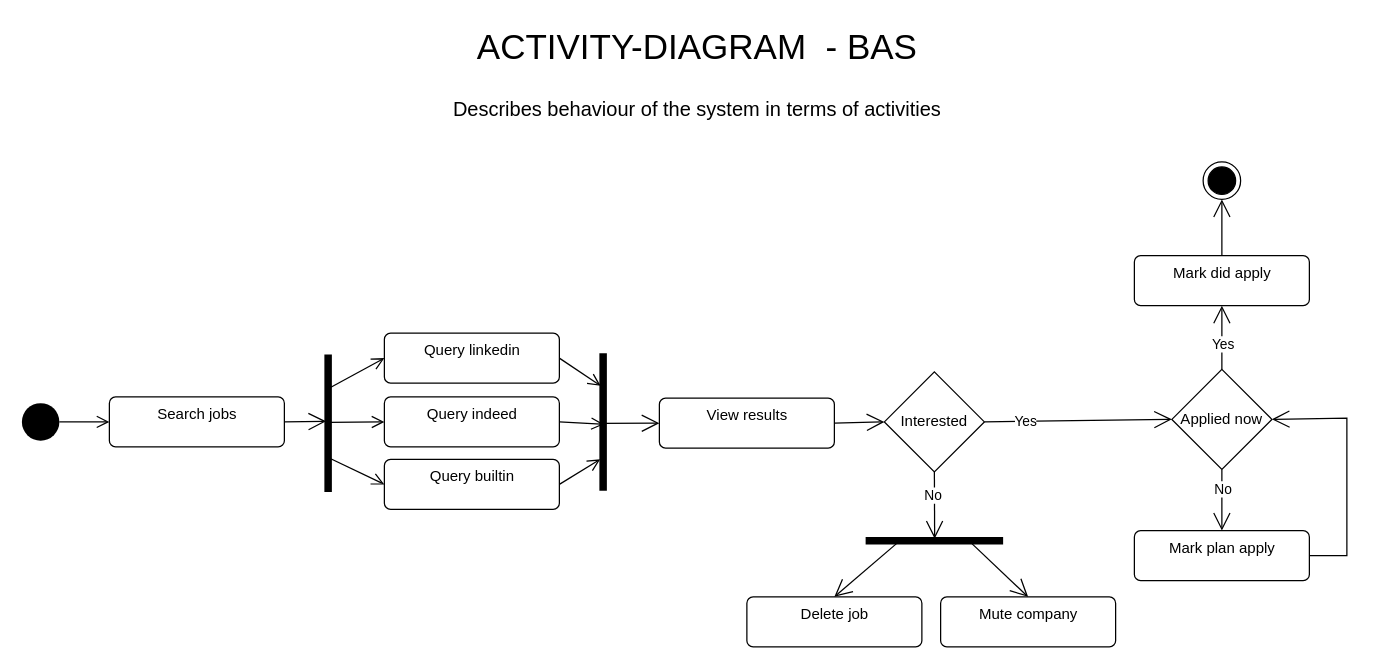
The draw.io diagram page "ACTIVITY" (1 of 3) of diagrams/Diagram.drawio in vadzimk/bas, before the edit. Source tidied: cells renumbered, new cells numbered last; positions are measured from the earlier drawing's top-left corner, leaving out a move shared by most shapes. Both pictures are drawn from the tidied source at 125%, with x=0, y=0 at pixel (21, 21).
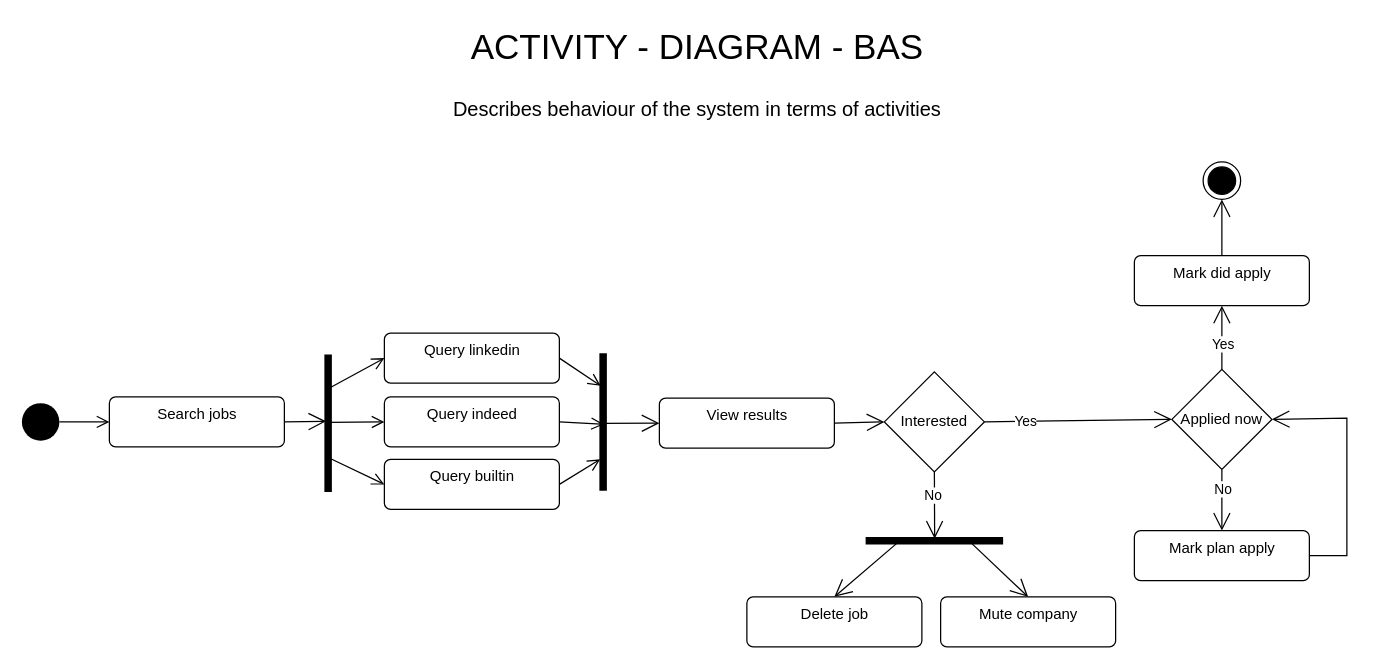
Above is the later version.

Diff of the diagram source:
```diff
@@
-    <mxCell id="2" value="ACTIVITY-DIAGRAM&amp;nbsp; - BAS" style="text;html=1;align=center;verticalAlign=middle;fillColor=none;strokeColor=none;rounded=0;fontSize=28;fontColor=default;" parent="1" vertex="1">
-      <mxGeometry x="355" width="370" height="40" as="geometry" />
+    <mxCell id="2" value="ACTIVITY - DIAGRAM - BAS" style="text;html=1;align=center;verticalAlign=middle;fillColor=none;strokeColor=none;rounded=0;fontSize=28;fontColor=default;" parent="1" vertex="1">
+      <mxGeometry x="350" width="380" height="40" as="geometry" />
     </mxCell>
```
